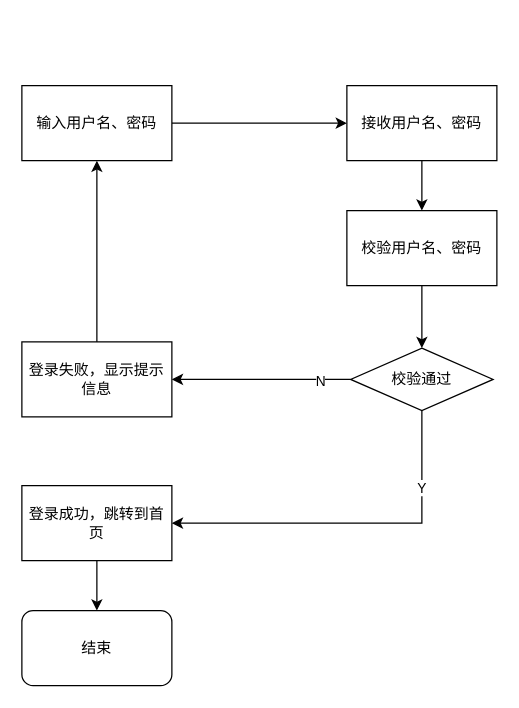
Above: 认证模块.drawio in weijiang1994/draw-io (draw.io), before the change. Source tidied: cells renumbered, new cells numbered last; positions are measured from the earlier drawing's top-left corner, leaving out a move shared by most shapes. Both pictures are drawn from the tidied source at 125%, with x=0, y=0 at pixel (21, 85).
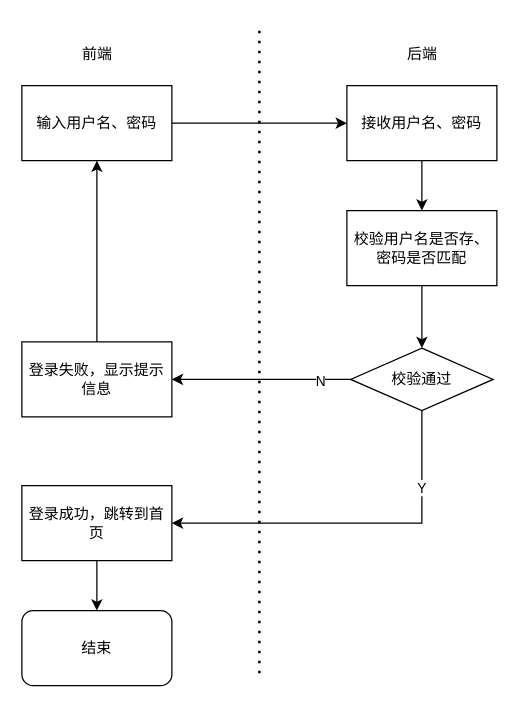
Above is the later version.

Commit message (it also covers changes not shown here):
更新认证模块.drawio

Change to the diagram source:
```diff
@@
-    <mxCell id="12" value="校验用户名、密码" style="rounded=0;whiteSpace=wrap;html=1;" parent="1" vertex="1">
+    <mxCell id="12" value="校验用户名是否存、密码是否匹配" style="rounded=0;whiteSpace=wrap;html=1;" parent="1" vertex="1">
       <mxGeometry x="260" y="100" width="120" height="60" as="geometry" />
     </mxCell>
@@
+    <mxCell id="18" style="endArrow=none;dashed=1;html=1;dashPattern=1 3;strokeWidth=2;rounded=0;" parent="1" edge="1">
+      <mxGeometry relative="1" as="geometry">
+        <mxPoint x="190" y="470" as="sourcePoint" />
+        <mxPoint x="190" y="-50" as="targetPoint" />
+      </mxGeometry>
+    </mxCell>
+    <mxCell id="19" value="前端" style="text;html=1;align=center;verticalAlign=middle;strokeColor=none;fillColor=none;" parent="1" vertex="1">
+      <mxGeometry x="35" y="-40" width="50" height="30" as="geometry" />
+    </mxCell>
+    <mxCell id="20" value="后端" style="text;html=1;align=center;verticalAlign=middle;strokeColor=none;fillColor=none;" parent="1" vertex="1">
+      <mxGeometry x="295" y="-40" width="50" height="30" as="geometry" />
+    </mxCell>
```
